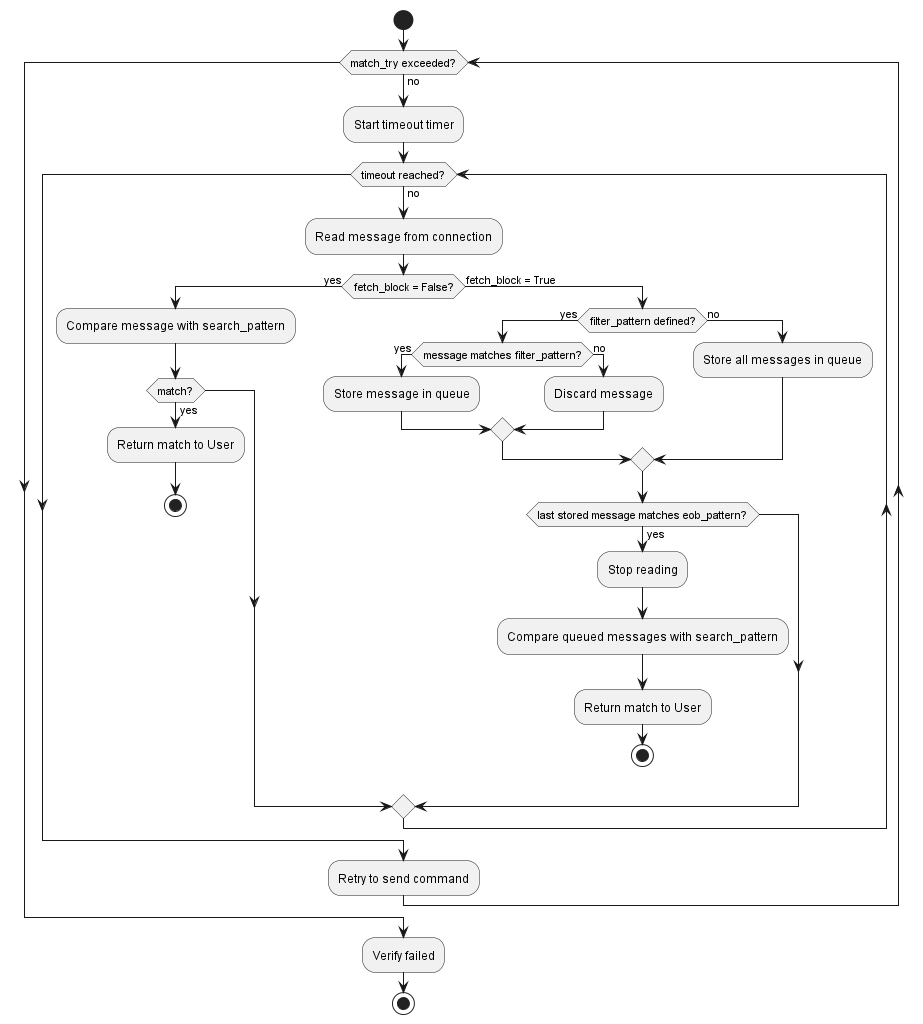
The PlantUML diagram packagedoc/additional_docs/pictures/verify_activity.png in test-fullautomation/robotframework-qconnect-base, before a commit. The source it was exported from:
```plantuml
@startuml
|QConnectBase|
start
while (match_try exceeded?) is (no)
   :Start timeout timer;
   while (timeout reached?) is (no)
      :Read message from connection;
      if (fetch_block = False?) then (yes)
            :Compare message with search_pattern;
            if (match?) then (yes)
               :Return match to User;
               stop
            endif
      else (fetch_block = True)
            if (filter_pattern defined?) then (yes)
               if (message matches filter_pattern?) then (yes)
                  :Store message in queue;
               else (no)
                  :Discard message;
               endif
            else (no)
               :Store all messages in queue;
            endif

            if (last stored message matches eob_pattern?) then (yes)
               :Stop reading;
               :Compare queued messages with search_pattern;
               :Return match to User;
               stop
            endif
      endif
   endwhile
   :Retry to send command;
endwhile
:Verify failed;
stop
@enduml
```
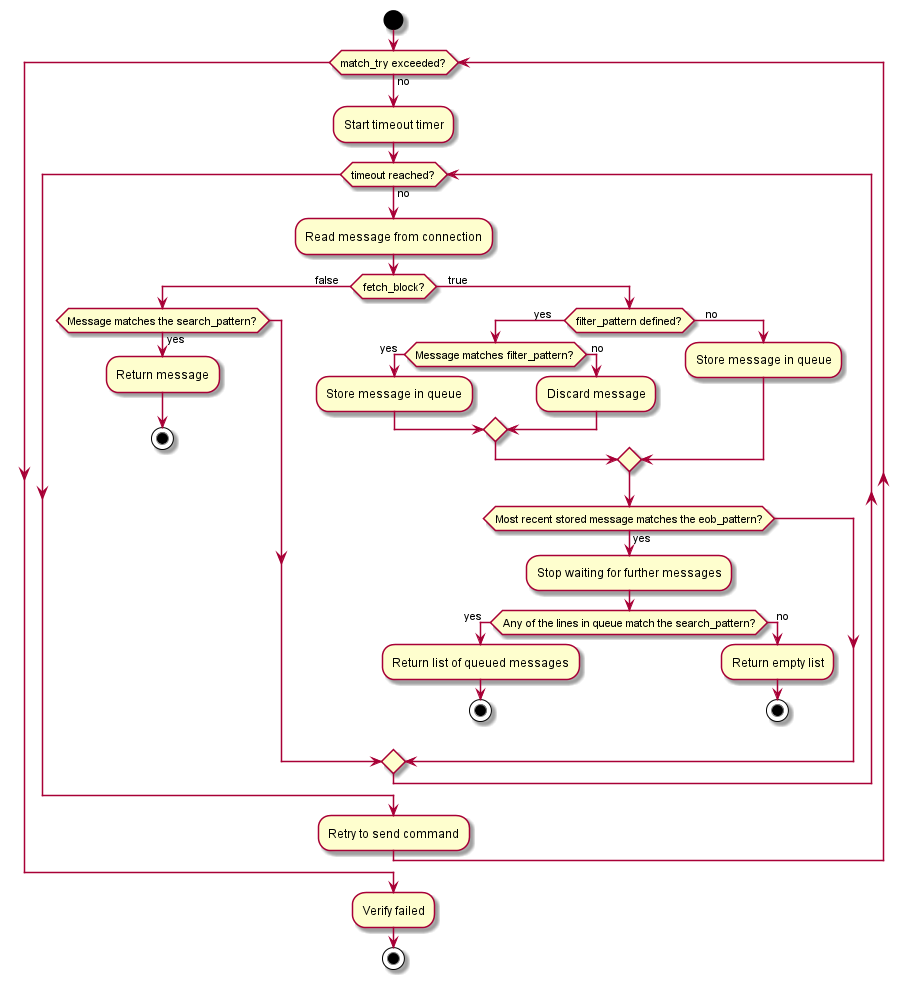
The same file after the commit.

The edit, as a diff of the source:
```diff
@@ -5,28 +5,31 @@
    :Start timeout timer;
    while (timeout reached?) is (no)
       :Read message from connection;
-      if (fetch_block = False?) then (yes)
-            :Compare message with search_pattern;
-            if (match?) then (yes)
-               :Return match to User;
+      if (fetch_block?) then (false    )
+            if (Message matches the search_pattern?) then (yes)
+               :Return message;
                stop
             endif
-      else (fetch_block = True)
-            if (filter_pattern defined?) then (yes)
-               if (message matches filter_pattern?) then (yes)
+      else (    true)
+            if (filter_pattern defined?) then (yes    )
+               if (Message matches filter_pattern?) then (yes  )
                   :Store message in queue;
-               else (no)
+               else (  no)
                   :Discard message;
                endif
-            else (no)
-               :Store all messages in queue;
+            else (    no)
+               :Store message in queue;
             endif
 
-            if (last stored message matches eob_pattern?) then (yes)
-               :Stop reading;
-               :Compare queued messages with search_pattern;
-               :Return match to User;
-               stop
+            if (Most recent stored message matches the eob_pattern?) then (yes)
+               :Stop waiting for further messages;
+               if (Any of the lines in queue match the search_pattern?) then (yes   )
+                  :Return list of queued messages;
+                  stop
+               else (   no)
+                  :Return empty list;
+                  stop
+               endif
             endif
       endif
    endwhile
```
